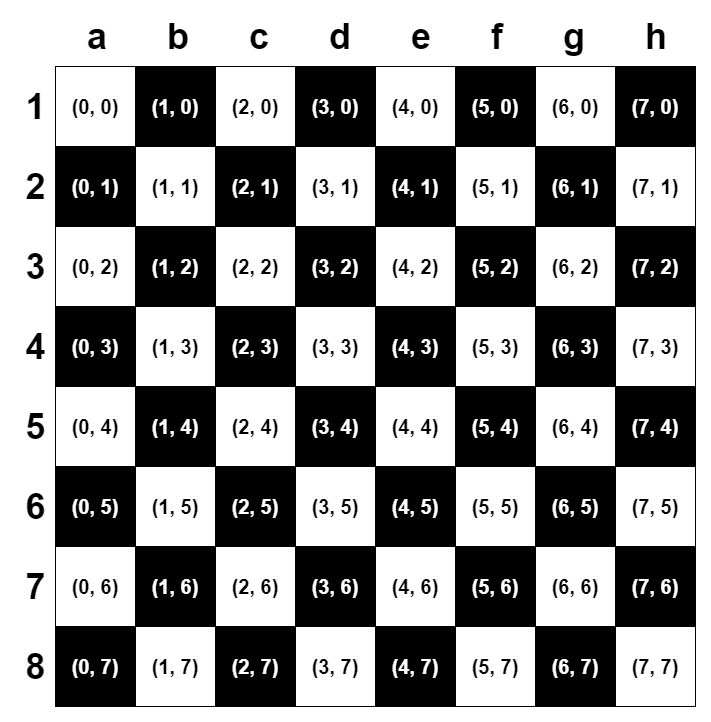
This is Command Line Chess/res/Chess Board Layout.png from ChristopherHaynes/Command-Line-Chess, a draw.io export, as it was before one commit. Source tidied: cells renumbered, new cells last; positions are measured from the earlier drawing's top-left corner, leaving out a move shared by most shapes.
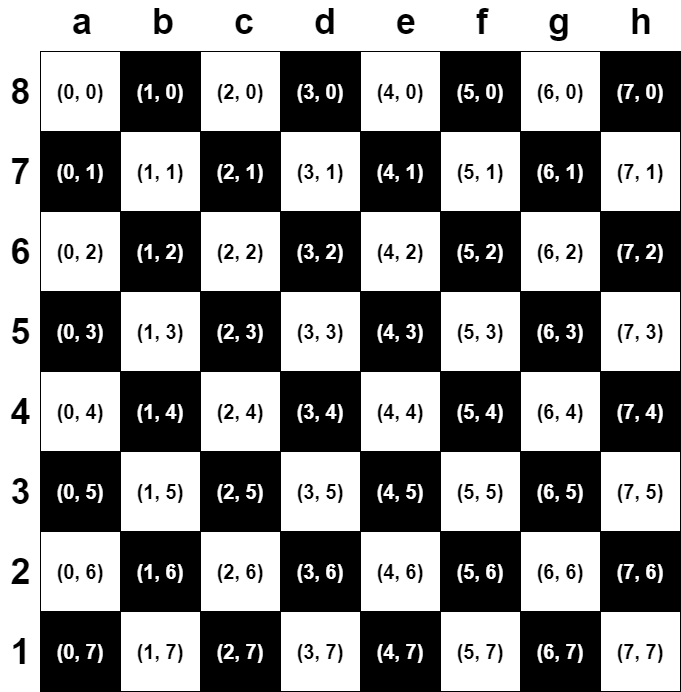
After the commit.

Commit message:
Corrected an error in the chessboard layout image.

The edit, as a diff of the source:
```diff
@@ -197,28 +197,28 @@
     <mxCell id="66" value="a&amp;nbsp; &amp;nbsp; &amp;nbsp; b&amp;nbsp; &amp;nbsp; &amp;nbsp; c&amp;nbsp; &amp;nbsp; &amp;nbsp; d&amp;nbsp; &amp;nbsp; &amp;nbsp; e&amp;nbsp; &amp;nbsp; &amp;nbsp; f&amp;nbsp; &amp;nbsp; &amp;nbsp; g&amp;nbsp; &amp;nbsp; &amp;nbsp; h" style="text;html=1;strokeColor=none;fillColor=none;align=left;verticalAlign=middle;whiteSpace=wrap;rounded=0;fontSize=36;fontStyle=1;" parent="1" vertex="1">
       <mxGeometry x="70" width="610" height="20" as="geometry" />
     </mxCell>
-    <mxCell id="67" value="1" style="text;html=1;align=center;verticalAlign=middle;fontSize=36;fontStyle=1;" parent="1" vertex="1">
+    <mxCell id="67" value="8" style="text;html=1;align=center;verticalAlign=middle;fontSize=36;fontStyle=1;" parent="1" vertex="1">
       <mxGeometry y="55" width="40" height="50" as="geometry" />
     </mxCell>
-    <mxCell id="68" value="2" style="text;html=1;align=center;verticalAlign=middle;fontSize=36;fontStyle=1;" parent="1" vertex="1">
+    <mxCell id="68" value="7" style="text;html=1;align=center;verticalAlign=middle;fontSize=36;fontStyle=1;" parent="1" vertex="1">
       <mxGeometry y="135" width="40" height="50" as="geometry" />
     </mxCell>
-    <mxCell id="69" value="3" style="text;html=1;align=center;verticalAlign=middle;fontSize=36;fontStyle=1;" parent="1" vertex="1">
+    <mxCell id="69" value="6" style="text;html=1;align=center;verticalAlign=middle;fontSize=36;fontStyle=1;" parent="1" vertex="1">
       <mxGeometry y="215" width="40" height="50" as="geometry" />
     </mxCell>
-    <mxCell id="70" value="4" style="text;html=1;align=center;verticalAlign=middle;fontSize=36;fontStyle=1;" parent="1" vertex="1">
+    <mxCell id="70" value="5" style="text;html=1;align=center;verticalAlign=middle;fontSize=36;fontStyle=1;" parent="1" vertex="1">
       <mxGeometry y="295" width="40" height="50" as="geometry" />
     </mxCell>
-    <mxCell id="71" value="5" style="text;html=1;align=center;verticalAlign=middle;fontSize=36;fontStyle=1;" parent="1" vertex="1">
+    <mxCell id="71" value="4" style="text;html=1;align=center;verticalAlign=middle;fontSize=36;fontStyle=1;" parent="1" vertex="1">
       <mxGeometry y="375" width="40" height="50" as="geometry" />
     </mxCell>
-    <mxCell id="72" value="6" style="text;html=1;align=center;verticalAlign=middle;fontSize=36;fontStyle=1;" parent="1" vertex="1">
+    <mxCell id="72" value="3" style="text;html=1;align=center;verticalAlign=middle;fontSize=36;fontStyle=1;" parent="1" vertex="1">
       <mxGeometry y="455" width="40" height="50" as="geometry" />
     </mxCell>
-    <mxCell id="73" value="7" style="text;html=1;align=center;verticalAlign=middle;fontSize=36;fontStyle=1;" parent="1" vertex="1">
+    <mxCell id="73" value="2" style="text;html=1;align=center;verticalAlign=middle;fontSize=36;fontStyle=1;" parent="1" vertex="1">
       <mxGeometry y="535" width="40" height="50" as="geometry" />
     </mxCell>
-    <mxCell id="74" value="8" style="text;html=1;align=center;verticalAlign=middle;fontSize=36;fontStyle=1;" parent="1" vertex="1">
+    <mxCell id="74" value="1" style="text;html=1;align=center;verticalAlign=middle;fontSize=36;fontStyle=1;" parent="1" vertex="1">
       <mxGeometry y="615" width="40" height="50" as="geometry" />
     </mxCell>
   </root>
```
